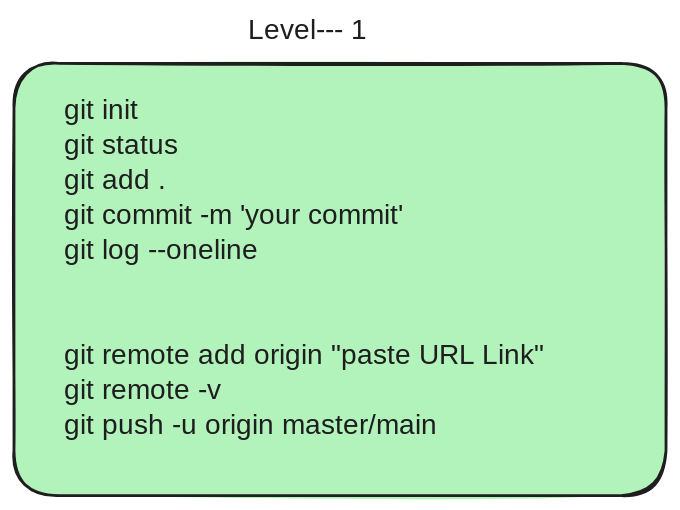
Earlier version of the Excalidraw export brainstorming/git_github.excalidraw.svg (Polash-Hemrom/Software_Engineering). Source tidied: one line per element, renumbered; positions are measured from the earlier drawing's top-left corner, leaving out a move shared by most shapes.
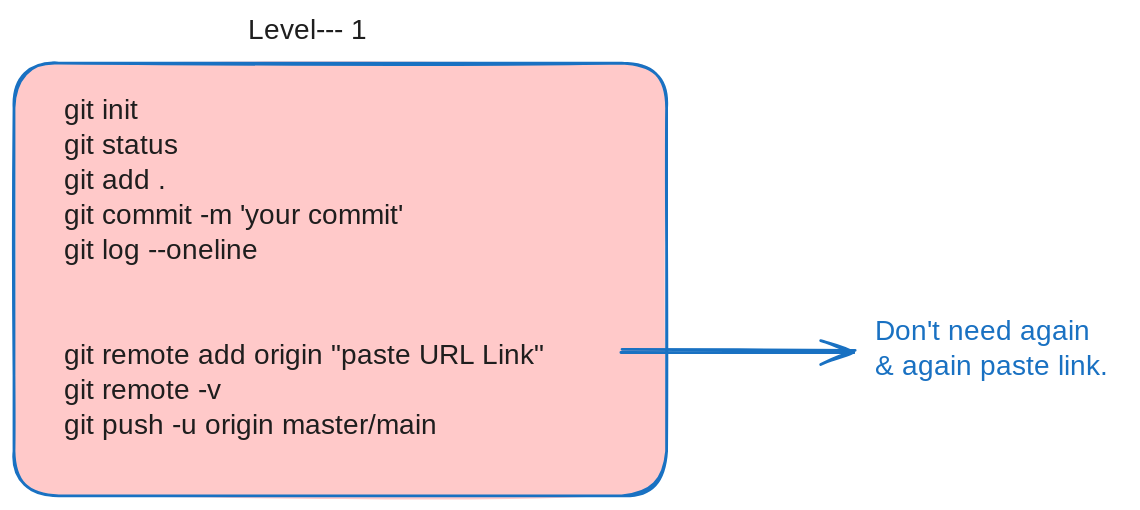
Later version of the same file.

What changed in the source:
```diff
@@ -1,3 +1,5 @@
-{"id": 0, "type": "rectangle", "strokeColor": "#1e1e1e", "backgroundColor": "#b2f2bb", "fillStyle": "solid", "strokeWidth": 2, "roughness": 1, "round": true, "x": 0, "y": 35, "width": 466, "height": 309}
+{"id": 0, "type": "rectangle", "strokeColor": "#1971c2", "backgroundColor": "#ffc9c9", "fillStyle": "solid", "strokeWidth": 2, "roughness": 1, "round": true, "x": 0, "y": 35, "width": 466, "height": 309}
 {"id": 1, "type": "text", "text": "git init\ngit status\ngit add .\ngit commit -m 'your commit'\ngit log --oneline\n\n\ngit remote add origin \"paste URL Link\"\ngit remote -v\ngit push -u origin master/main\n", "strokeColor": "#1e1e1e", "strokeWidth": 2, "roughness": 1, "fontSize": 20, "fontFamily": 5, "x": 36, "y": 57, "width": 375, "height": 275}
 {"id": 2, "type": "text", "text": "Level--- 1", "strokeColor": "#1e1e1e", "backgroundColor": "#b2f2bb", "fillStyle": "solid", "strokeWidth": 2, "roughness": 1, "fontSize": 20, "fontFamily": 5, "x": 167, "y": 0, "width": 89, "height": 25}
+{"id": 3, "type": "arrow", "strokeColor": "#1971c2", "backgroundColor": "#ffc9c9", "fillStyle": "solid", "strokeWidth": 2, "roughness": 1, "endArrowhead": "arrow", "round": true, "from": 1, "x": 433, "y": 240, "width": 168, "height": 0, "points": [[0, 0], [168, 0]]}
+{"id": 4, "type": "text", "text": "Don't need again\n& again paste link.", "strokeColor": "#1971c2", "backgroundColor": "#ffc9c9", "fillStyle": "solid", "strokeWidth": 2, "roughness": 1, "fontSize": 20, "fontFamily": 5, "x": 615, "y": 215, "width": 179, "height": 50}
```
